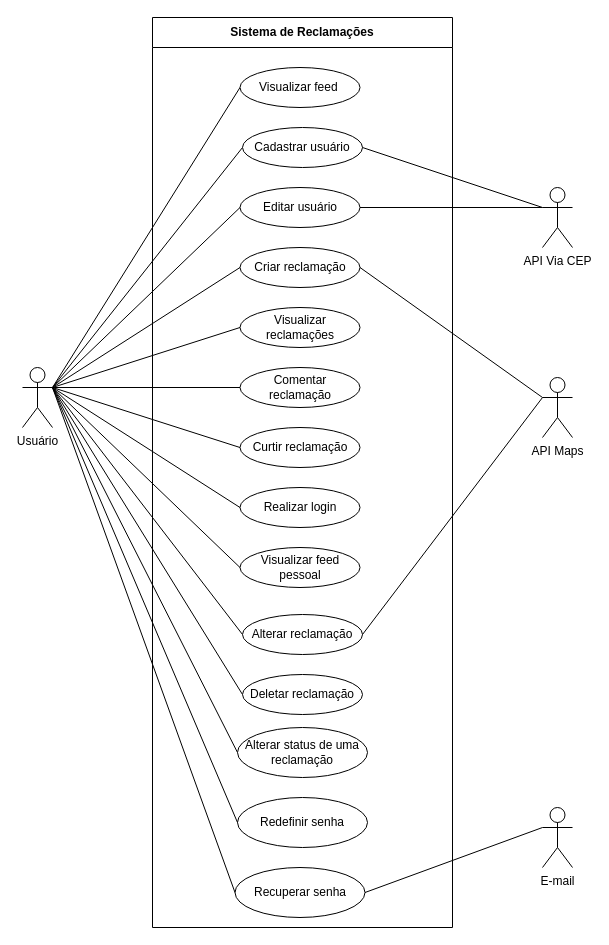
The draw.io diagram Documentação/Diagramas/Diagrama de Caso de Uso.drawio in frsouzaa/Documentacao-TCC-NossaVia, before the edit. Source tidied: cells renumbered, new cells numbered last; positions are measured from the earlier drawing's top-left corner, leaving out a move shared by most shapes. Both pictures are drawn from the tidied source at 100%, with x=0, y=0 at pixel (22, 17).
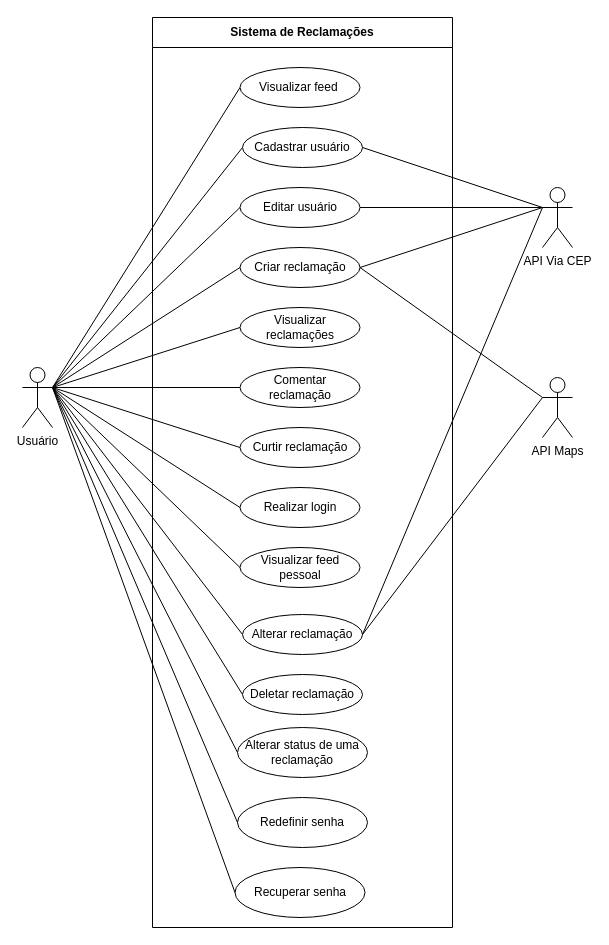
The same page after the edit.

Unchanged cells that the change refers to:
```xml
<mxCell id="19" value="Alterar reclamação" style="ellipse;whiteSpace=wrap;html=1;align=center;" parent="14" vertex="1">
  <mxGeometry x="90" y="597" width="120" height="40" as="geometry" />
</mxCell>
<mxCell id="28" value="Criar reclamação" style="ellipse;whiteSpace=wrap;html=1;align=center;" parent="14" vertex="1">
  <mxGeometry x="87.5" y="230" width="120" height="40" as="geometry" />
</mxCell>
<mxCell id="29" value="Recuperar senha" style="ellipse;whiteSpace=wrap;html=1;align=center;" parent="14" vertex="1">
  <mxGeometry x="82.5" y="850" width="130" height="50" as="geometry" />
</mxCell>
<mxCell id="32" value="API Via CEP&lt;div&gt;&lt;br&gt;&lt;/div&gt;" style="shape=umlActor;verticalLabelPosition=bottom;verticalAlign=top;html=1;outlineConnect=0;" parent="1" vertex="1">
  <mxGeometry x="520" y="170" width="30" height="60" as="geometry" />
</mxCell>
```

Diff of the diagram source:
```diff
@@
-    <mxCell id="39" value="E-mail" style="shape=umlActor;verticalLabelPosition=bottom;verticalAlign=top;html=1;outlineConnect=0;" parent="1" vertex="1">
-      <mxGeometry x="520" y="790" width="30" height="60" as="geometry" />
-    </mxCell>
-    <mxCell id="40" style="rounded=0;jettySize=auto;html=1;exitX=1;exitY=0.5;exitDx=0;exitDy=0;entryX=0;entryY=0.3333333333333333;entryDx=0;entryDy=0;entryPerimeter=0;endArrow=none;endFill=0;" parent="1" edge="1" source="29" target="39">
-      <mxGeometry relative="1" as="geometry" />
-    </mxCell>
+    <mxCell id="41" style="rounded=0;jettySize=auto;html=1;exitX=1;exitY=0.5;exitDx=0;exitDy=0;entryX=0;entryY=0.3333333333333333;entryDx=0;entryDy=0;entryPerimeter=0;endArrow=none;endFill=0;" parent="1" edge="1" source="28" target="32">
+      <mxGeometry relative="1" as="geometry" />
+    </mxCell>
+    <mxCell id="42" style="rounded=0;jettySize=auto;html=1;exitX=1;exitY=0.5;exitDx=0;exitDy=0;entryX=0;entryY=0.3333333333333333;entryDx=0;entryDy=0;entryPerimeter=0;endArrow=none;endFill=0;" parent="1" edge="1" source="19" target="32">
+      <mxGeometry relative="1" as="geometry" />
+    </mxCell>
```
